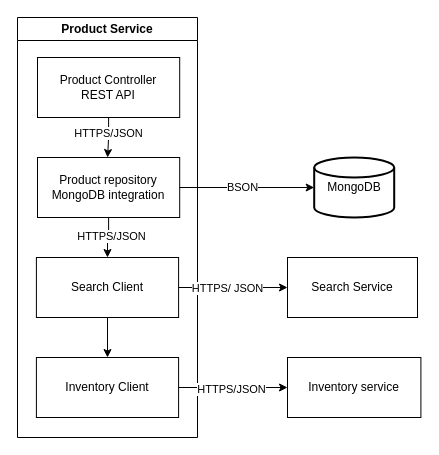
Earlier version of the draw.io diagram page "Product" (5 of 5) of ABC C1.drawio (IlyaMoskva/diagrams). Source tidied: cells renumbered, new cells numbered last; positions are measured from the earlier drawing's top-left corner, leaving out a move shared by most shapes. Both pictures are drawn from the tidied source at 100%, with x=0, y=0 at pixel (17, 17).
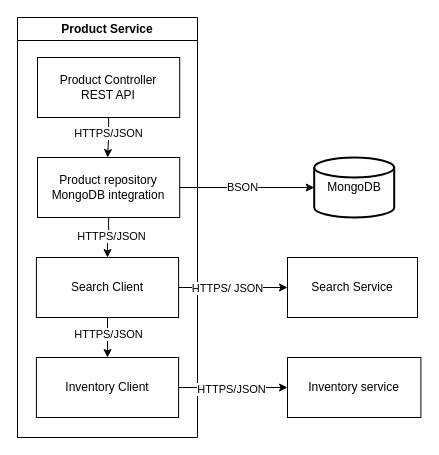
Above is the later version.

The change refers to these unchanged cells:
```xml
<mxCell id="9" style="edgeStyle=orthogonalEdgeStyle;rounded=0;jettySize=auto;html=1;" parent="2" edge="1" source="10" target="11">
  <mxGeometry relative="1" as="geometry" />
</mxCell>
```

Diff of the diagram source:
```diff
@@
+    <mxCell id="21" value="HTTPS/JSON" style="edgeLabel;html=1;align=center;verticalAlign=middle;" parent="9" vertex="1">
+      <mxGeometry x="-0.2" relative="1" as="geometry" />
+    </mxCell>
```
